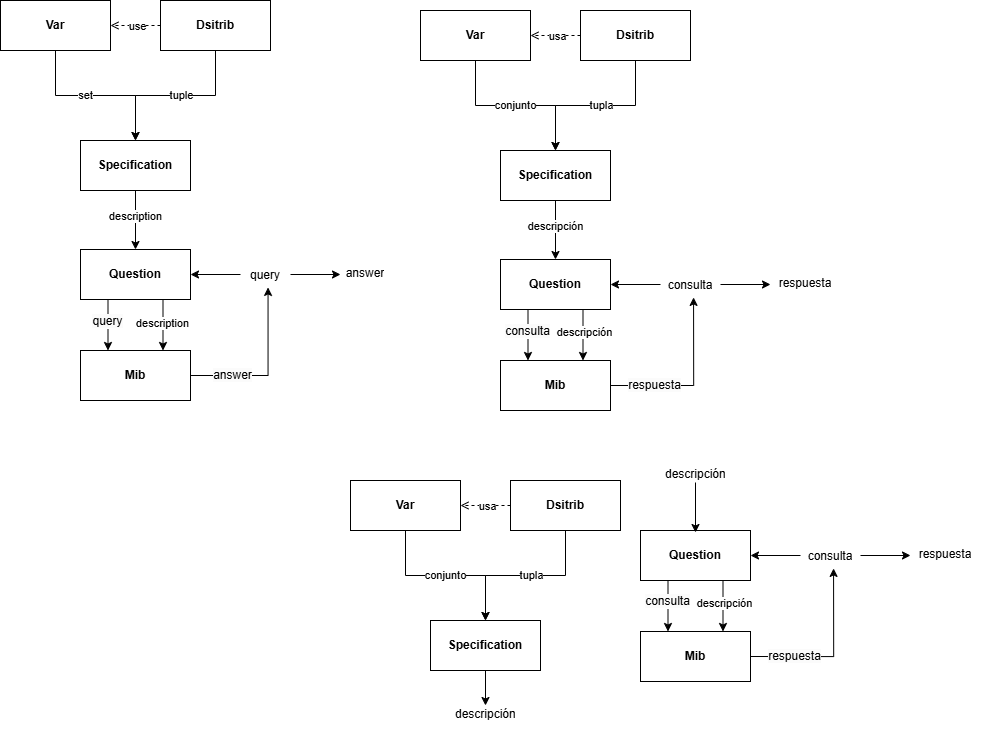
Before: Imagenes/Diagrama de flujo.png, a diagram exported from draw.io (robertorys/Tesis). Source tidied: cells renumbered, new cells last; positions are measured from the earlier drawing's top-left corner, leaving out a move shared by most shapes.
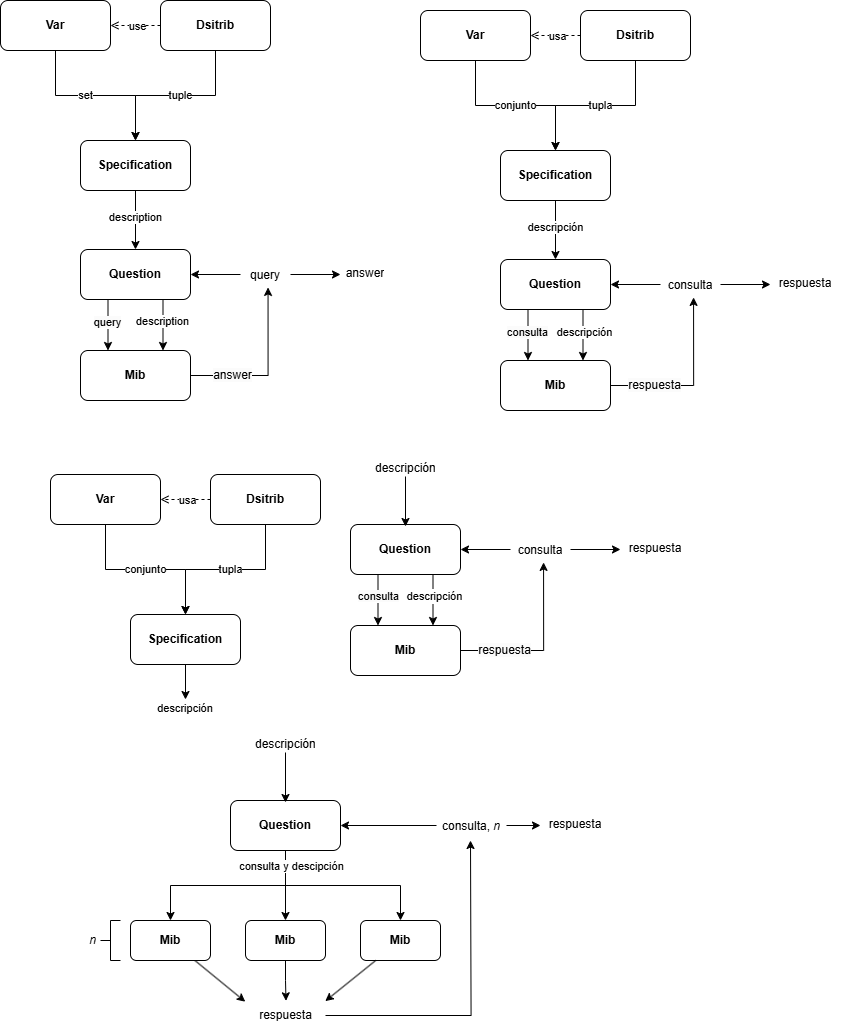
Above is the later version.

The edit, as a diff of the source:
```diff
@@ -12,3 +12,3 @@
     </mxCell>
-    <mxCell id="4" value="&lt;b&gt;Var&lt;/b&gt;" style="html=1;whiteSpace=wrap;" parent="1" vertex="1">
+    <mxCell id="4" value="&lt;b&gt;Var&lt;/b&gt;" style="html=1;whiteSpace=wrap;rounded=1;" parent="1" vertex="1">
       <mxGeometry width="110" height="50" as="geometry" />
@@ -31,3 +31,3 @@
     </mxCell>
-    <mxCell id="9" value="&lt;b&gt;Dsitrib&lt;/b&gt;" style="html=1;whiteSpace=wrap;" parent="1" vertex="1">
+    <mxCell id="9" value="&lt;b&gt;Dsitrib&lt;/b&gt;" style="html=1;whiteSpace=wrap;rounded=1;" parent="1" vertex="1">
       <mxGeometry x="160" width="110" height="50" as="geometry" />
@@ -42,3 +42,3 @@
     </mxCell>
-    <mxCell id="12" value="&lt;b&gt;Specification&lt;/b&gt;" style="html=1;whiteSpace=wrap;" parent="1" vertex="1">
+    <mxCell id="12" value="&lt;b&gt;Specification&lt;/b&gt;" style="html=1;whiteSpace=wrap;rounded=1;" parent="1" vertex="1">
       <mxGeometry x="80" y="140" width="110" height="50" as="geometry" />
@@ -48,3 +48,3 @@
     </mxCell>
-    <mxCell id="14" value="&lt;span style=&quot;font-size: 12px; text-wrap-mode: wrap; background-color: rgb(251, 251, 251);&quot;&gt;query&lt;/span&gt;" style="edgeLabel;html=1;align=center;verticalAlign=middle;" parent="13" vertex="1">
+    <mxCell id="14" value="&lt;span style=&quot;text-wrap-mode: wrap; background-color: rgb(251, 251, 251);&quot;&gt;&lt;font&gt;query&lt;/font&gt;&lt;/span&gt;" style="edgeLabel;html=1;align=center;verticalAlign=middle;" parent="13" vertex="1">
       <mxGeometry x="-0.18" y="-1" relative="1" as="geometry">
@@ -53,3 +53,3 @@
     </mxCell>
-    <mxCell id="15" value="&lt;b&gt;Question&lt;/b&gt;" style="html=1;whiteSpace=wrap;" parent="1" vertex="1">
+    <mxCell id="15" value="&lt;b&gt;Question&lt;/b&gt;" style="html=1;whiteSpace=wrap;rounded=1;" parent="1" vertex="1">
       <mxGeometry x="80" y="249" width="110" height="50" as="geometry" />
@@ -65,3 +65,3 @@
     </mxCell>
-    <mxCell id="19" value="&lt;b&gt;Mib&lt;/b&gt;" style="html=1;whiteSpace=wrap;" parent="1" vertex="1">
+    <mxCell id="19" value="&lt;b&gt;Mib&lt;/b&gt;" style="html=1;whiteSpace=wrap;rounded=1;" parent="1" vertex="1">
       <mxGeometry x="80" y="350" width="110" height="50" as="geometry" />
@@ -87,3 +87,3 @@
     </mxCell>
-    <mxCell id="25" value="&lt;b&gt;Var&lt;/b&gt;" style="html=1;whiteSpace=wrap;" parent="1" vertex="1">
+    <mxCell id="25" value="&lt;b&gt;Var&lt;/b&gt;" style="html=1;whiteSpace=wrap;rounded=1;" parent="1" vertex="1">
       <mxGeometry x="420" y="10" width="110" height="50" as="geometry" />
@@ -106,3 +106,3 @@
     </mxCell>
-    <mxCell id="30" value="&lt;b&gt;Dsitrib&lt;/b&gt;" style="html=1;whiteSpace=wrap;" parent="1" vertex="1">
+    <mxCell id="30" value="&lt;b&gt;Dsitrib&lt;/b&gt;" style="html=1;whiteSpace=wrap;glass=0;rounded=1;" parent="1" vertex="1">
       <mxGeometry x="580" y="10" width="110" height="50" as="geometry" />
@@ -117,3 +117,3 @@
     </mxCell>
-    <mxCell id="33" value="&lt;b&gt;Specification&lt;/b&gt;" style="html=1;whiteSpace=wrap;" parent="1" vertex="1">
+    <mxCell id="33" value="&lt;b&gt;Specification&lt;/b&gt;" style="html=1;whiteSpace=wrap;glass=0;rounded=1;" parent="1" vertex="1">
       <mxGeometry x="500" y="150" width="110" height="50" as="geometry" />
@@ -123,3 +123,3 @@
     </mxCell>
-    <mxCell id="35" value="&lt;span style=&quot;font-size: 12px; text-wrap-mode: wrap; background-color: rgb(251, 251, 251);&quot;&gt;consulta&lt;/span&gt;" style="edgeLabel;html=1;align=center;verticalAlign=middle;" parent="34" vertex="1">
+    <mxCell id="35" value="&lt;span style=&quot;text-wrap-mode: wrap; background-color: rgb(251, 251, 251);&quot;&gt;&lt;font&gt;consulta&lt;/font&gt;&lt;/span&gt;" style="edgeLabel;html=1;align=center;verticalAlign=middle;" parent="34" vertex="1">
       <mxGeometry x="-0.18" y="-1" relative="1" as="geometry">
@@ -132,5 +132,7 @@
     <mxCell id="37" value="descripción" style="edgeLabel;html=1;align=center;verticalAlign=middle;" parent="36" vertex="1">
-      <mxGeometry x="-0.18" y="1" relative="1" as="geometry" />
+      <mxGeometry x="-0.18" y="1" relative="1" as="geometry">
+        <mxPoint y="1" as="offset" />
+      </mxGeometry>
     </mxCell>
-    <mxCell id="38" value="&lt;b&gt;Question&lt;/b&gt;" style="html=1;whiteSpace=wrap;" parent="1" vertex="1">
+    <mxCell id="38" value="&lt;b&gt;Question&lt;/b&gt;" style="html=1;whiteSpace=wrap;glass=0;rounded=1;" parent="1" vertex="1">
       <mxGeometry x="500" y="259" width="110" height="50" as="geometry" />
@@ -143,6 +145,6 @@
     </mxCell>
-    <mxCell id="41" value="consulta" style="text;strokeColor=none;fillColor=none;align=center;verticalAlign=top;spacingLeft=4;spacingRight=4;overflow=hidden;points=[[0,0.5],[1,0.5]];portConstraint=eastwest;whiteSpace=wrap;html=1;" parent="1" vertex="1">
+    <mxCell id="41" value="consulta" style="text;strokeColor=none;fillColor=none;align=center;verticalAlign=top;spacingLeft=4;spacingRight=4;overflow=hidden;points=[[0,0.5],[1,0.5]];portConstraint=eastwest;whiteSpace=wrap;html=1;glass=0;rounded=1;" parent="1" vertex="1">
       <mxGeometry x="660" y="271" width="60" height="26" as="geometry" />
     </mxCell>
-    <mxCell id="42" value="&lt;b&gt;Mib&lt;/b&gt;" style="html=1;whiteSpace=wrap;" parent="1" vertex="1">
+    <mxCell id="42" value="&lt;b&gt;Mib&lt;/b&gt;" style="html=1;whiteSpace=wrap;glass=0;rounded=1;" parent="1" vertex="1">
       <mxGeometry x="500" y="360" width="110" height="50" as="geometry" />
@@ -157,3 +159,3 @@
     </mxCell>
-    <mxCell id="45" value="respuesta" style="text;strokeColor=none;fillColor=none;align=center;verticalAlign=top;spacingLeft=4;spacingRight=4;overflow=hidden;points=[[0,0.5],[1,0.5]];portConstraint=eastwest;whiteSpace=wrap;html=1;" parent="1" vertex="1">
+    <mxCell id="45" value="respuesta" style="text;strokeColor=none;fillColor=none;align=center;verticalAlign=top;spacingLeft=4;spacingRight=4;overflow=hidden;points=[[0,0.5],[1,0.5]];portConstraint=eastwest;whiteSpace=wrap;html=1;glass=0;rounded=1;" parent="1" vertex="1">
       <mxGeometry x="770" y="269" width="70" height="30" as="geometry" />
@@ -176,4 +178,4 @@
     </mxCell>
-    <mxCell id="50" value="&lt;b&gt;Var&lt;/b&gt;" style="html=1;whiteSpace=wrap;" parent="1" vertex="1">
-      <mxGeometry x="350" y="480" width="110" height="50" as="geometry" />
+    <mxCell id="50" value="&lt;b&gt;Var&lt;/b&gt;" style="html=1;whiteSpace=wrap;rounded=1;" parent="1" vertex="1">
+      <mxGeometry x="50" y="474" width="110" height="50" as="geometry" />
     </mxCell>
@@ -195,7 +197,7 @@
     </mxCell>
-    <mxCell id="55" value="&lt;b&gt;Dsitrib&lt;/b&gt;" style="html=1;whiteSpace=wrap;" parent="1" vertex="1">
-      <mxGeometry x="510" y="480" width="110" height="50" as="geometry" />
+    <mxCell id="55" value="&lt;b&gt;Dsitrib&lt;/b&gt;" style="html=1;whiteSpace=wrap;rounded=1;" parent="1" vertex="1">
+      <mxGeometry x="210" y="474" width="110" height="50" as="geometry" />
     </mxCell>
-    <mxCell id="56" value="&lt;b&gt;Specification&lt;/b&gt;" style="html=1;whiteSpace=wrap;" parent="1" vertex="1">
-      <mxGeometry x="430" y="620" width="110" height="50" as="geometry" />
+    <mxCell id="56" value="&lt;b&gt;Specification&lt;/b&gt;" style="html=1;whiteSpace=wrap;rounded=1;" parent="1" vertex="1">
+      <mxGeometry x="130" y="614" width="110" height="50" as="geometry" />
     </mxCell>
@@ -203,13 +205,15 @@
       <mxGeometry relative="1" as="geometry">
-        <mxPoint x="485" y="705" as="targetPoint" />
+        <mxPoint x="185" y="699" as="targetPoint" />
       </mxGeometry>
     </mxCell>
-    <mxCell id="58" value="descripción" style="text;strokeColor=none;fillColor=none;align=center;verticalAlign=top;spacingLeft=4;spacingRight=4;overflow=hidden;whiteSpace=wrap;html=1;" parent="1" vertex="1">
-      <mxGeometry x="450" y="700" width="70" height="30" as="geometry" />
+    <mxCell id="58" value="&lt;font style=&quot;font-size: 11px;&quot;&gt;descripción&lt;/font&gt;" style="text;strokeColor=none;fillColor=none;align=center;verticalAlign=top;spacingLeft=4;spacingRight=4;overflow=hidden;whiteSpace=wrap;html=1;" parent="1" vertex="1">
+      <mxGeometry x="150" y="694" width="70" height="30" as="geometry" />
     </mxCell>
-    <mxCell id="59" style="edgeStyle=orthogonalEdgeStyle;rounded=0;jettySize=auto;html=1;entryX=0.25;entryY=0;entryDx=0;entryDy=0;exitX=0.25;exitY=1;exitDx=0;exitDy=0;" parent="1" edge="1" source="63" target="67">
+    <mxCell id="59" style="edgeStyle=orthogonalEdgeStyle;rounded=0;jettySize=auto;html=1;entryX=0.25;entryY=0;entryDx=0;entryDy=0;exitX=0.25;exitY=1;exitDx=0;exitDy=0;strokeColor=default;align=center;verticalAlign=middle;fontFamily=Helvetica;fontSize=11;fontColor=default;labelBackgroundColor=default;endArrow=classic;" parent="1" edge="1" source="63" target="67">
       <mxGeometry relative="1" as="geometry" />
     </mxCell>
-    <mxCell id="60" value="&lt;span style=&quot;font-size: 12px; text-wrap-mode: wrap; background-color: rgb(251, 251, 251);&quot;&gt;consulta&lt;/span&gt;" style="edgeLabel;html=1;align=center;verticalAlign=middle;" parent="59" vertex="1">
-      <mxGeometry x="-0.18" y="-1" relative="1" as="geometry" />
+    <mxCell id="60" value="&lt;span style=&quot;text-wrap-mode: wrap; background-color: rgb(251, 251, 251);&quot;&gt;&lt;font&gt;consulta&lt;/font&gt;&lt;/span&gt;" style="edgeLabel;html=1;align=center;verticalAlign=middle;rounded=0;strokeColor=default;fontFamily=Helvetica;fontSize=11;fontColor=default;labelBackgroundColor=default;" parent="59" vertex="1">
+      <mxGeometry x="-0.18" y="-1" relative="1" as="geometry">
+        <mxPoint x="1" as="offset" />
+      </mxGeometry>
     </mxCell>
@@ -218,7 +222,7 @@
     </mxCell>
-    <mxCell id="62" value="descripción" style="edgeLabel;html=1;align=center;verticalAlign=middle;" parent="61" vertex="1">
+    <mxCell id="62" value="&lt;font style=&quot;font-size: 11px;&quot;&gt;descripción&lt;/font&gt;" style="edgeLabel;html=1;align=center;verticalAlign=middle;fontSize=12;" parent="61" vertex="1">
       <mxGeometry x="-0.18" y="1" relative="1" as="geometry" />
     </mxCell>
-    <mxCell id="63" value="&lt;b&gt;Question&lt;/b&gt;" style="html=1;whiteSpace=wrap;" parent="1" vertex="1">
-      <mxGeometry x="640" y="530" width="110" height="50" as="geometry" />
+    <mxCell id="63" value="&lt;b&gt;Question&lt;/b&gt;" style="html=1;whiteSpace=wrap;rounded=1;" parent="1" vertex="1">
+      <mxGeometry x="350" y="524" width="110" height="50" as="geometry" />
     </mxCell>
@@ -231,6 +235,6 @@
     <mxCell id="66" value="consulta" style="text;strokeColor=none;fillColor=none;align=center;verticalAlign=top;spacingLeft=4;spacingRight=4;overflow=hidden;points=[[0,0.5],[1,0.5]];portConstraint=eastwest;whiteSpace=wrap;html=1;" parent="1" vertex="1">
-      <mxGeometry x="800" y="542" width="60" height="26" as="geometry" />
+      <mxGeometry x="510" y="536" width="60" height="26" as="geometry" />
     </mxCell>
-    <mxCell id="67" value="&lt;b&gt;Mib&lt;/b&gt;" style="html=1;whiteSpace=wrap;" parent="1" vertex="1">
-      <mxGeometry x="640" y="631" width="110" height="50" as="geometry" />
+    <mxCell id="67" value="&lt;b&gt;Mib&lt;/b&gt;" style="html=1;whiteSpace=wrap;rounded=1;" parent="1" vertex="1">
+      <mxGeometry x="350" y="625" width="110" height="50" as="geometry" />
     </mxCell>
@@ -245,3 +249,3 @@
     <mxCell id="70" value="respuesta" style="text;strokeColor=none;fillColor=none;align=center;verticalAlign=top;spacingLeft=4;spacingRight=4;overflow=hidden;points=[[0,0.5],[1,0.5]];portConstraint=eastwest;whiteSpace=wrap;html=1;" parent="1" vertex="1">
-      <mxGeometry x="910" y="540" width="70" height="30" as="geometry" />
+      <mxGeometry x="620" y="534" width="70" height="30" as="geometry" />
     </mxCell>
@@ -249,4 +253,4 @@
       <mxGeometry relative="1" as="geometry">
-        <mxPoint x="695" y="482" as="sourcePoint" />
-        <mxPoint x="695" y="532" as="targetPoint" />
+        <mxPoint x="405" y="476" as="sourcePoint" />
+        <mxPoint x="405" y="526" as="targetPoint" />
       </mxGeometry>
@@ -254,4 +258,74 @@
     <mxCell id="72" value="descripción" style="text;strokeColor=none;fillColor=none;align=center;verticalAlign=top;spacingLeft=4;spacingRight=4;overflow=hidden;whiteSpace=wrap;html=1;" parent="1" vertex="1">
-      <mxGeometry x="660" y="460" width="70" height="30" as="geometry" />
+      <mxGeometry x="370" y="454" width="70" height="30" as="geometry" />
     </mxCell>
+    <mxCell id="73" style="edgeStyle=orthogonalEdgeStyle;rounded=0;jettySize=auto;html=1;exitX=0.5;exitY=1;exitDx=0;exitDy=0;" parent="1" edge="1" source="77" target="82">
+      <mxGeometry relative="1" as="geometry" />
+    </mxCell>
+    <mxCell id="74" style="edgeStyle=orthogonalEdgeStyle;rounded=0;jettySize=auto;html=1;exitX=0.5;exitY=1;exitDx=0;exitDy=0;" parent="1" edge="1" source="77" target="86">
+      <mxGeometry relative="1" as="geometry" />
+    </mxCell>
+    <mxCell id="75" style="edgeStyle=orthogonalEdgeStyle;rounded=0;jettySize=auto;html=1;exitX=0.5;exitY=1;exitDx=0;exitDy=0;" parent="1" edge="1" source="77" target="87">
+      <mxGeometry relative="1" as="geometry" />
+    </mxCell>
+    <mxCell id="76" value="consulta y descipción" style="edgeLabel;html=1;align=center;verticalAlign=middle;" parent="75" vertex="1">
+      <mxGeometry x="-0.87" y="-2" relative="1" as="geometry">
+        <mxPoint x="7" y="4" as="offset" />
+      </mxGeometry>
+    </mxCell>
+    <mxCell id="77" value="&lt;b&gt;Question&lt;/b&gt;" style="html=1;whiteSpace=wrap;rounded=1;" parent="1" vertex="1">
+      <mxGeometry x="230" y="800" width="110" height="50" as="geometry" />
+    </mxCell>
+    <mxCell id="78" style="rounded=0;jettySize=auto;html=1;exitX=0;exitY=0.5;exitDx=0;exitDy=0;edgeStyle=orthogonalEdgeStyle;" parent="1" edge="1" source="80" target="77">
+      <mxGeometry relative="1" as="geometry" />
+    </mxCell>
+    <mxCell id="79" style="edgeStyle=orthogonalEdgeStyle;rounded=0;jettySize=auto;html=1;exitX=1;exitY=0.5;exitDx=0;exitDy=0;" parent="1" edge="1" source="80" target="83">
+      <mxGeometry relative="1" as="geometry" />
+    </mxCell>
+    <mxCell id="80" value="consulta, &lt;i&gt;n&lt;/i&gt;" style="text;strokeColor=none;fillColor=none;align=center;verticalAlign=top;spacingLeft=4;spacingRight=4;overflow=hidden;points=[[0,0.5],[1,0.5]];portConstraint=eastwest;whiteSpace=wrap;html=1;" parent="1" vertex="1">
+      <mxGeometry x="436" y="812" width="70" height="26" as="geometry" />
+    </mxCell>
+    <mxCell id="81" style="rounded=0;jettySize=auto;html=1;entryX=-0.003;entryY=0.04;entryDx=0;entryDy=0;entryPerimeter=0;" parent="1" edge="1" source="82" target="91">
+      <mxGeometry relative="1" as="geometry" />
+    </mxCell>
+    <mxCell id="82" value="&lt;b&gt;Mib&lt;/b&gt;" style="html=1;whiteSpace=wrap;rounded=1;" parent="1" vertex="1">
+      <mxGeometry x="130" y="920" width="80" height="40" as="geometry" />
+    </mxCell>
+    <mxCell id="83" value="respuesta" style="text;strokeColor=none;fillColor=none;align=center;verticalAlign=top;spacingLeft=4;spacingRight=4;overflow=hidden;points=[[0,0.5],[1,0.5]];portConstraint=eastwest;whiteSpace=wrap;html=1;" parent="1" vertex="1">
+      <mxGeometry x="540" y="810" width="70" height="30" as="geometry" />
+    </mxCell>
+    <mxCell id="84" style="edgeStyle=orthogonalEdgeStyle;rounded=0;orthogonalLoop=1;jettySize=auto;html=1;entryX=0.5;entryY=0;entryDx=0;entryDy=0;" parent="1" edge="1">
+      <mxGeometry relative="1" as="geometry">
+        <mxPoint x="285" y="752" as="sourcePoint" />
+        <mxPoint x="285" y="802" as="targetPoint" />
+      </mxGeometry>
+    </mxCell>
+    <mxCell id="85" value="descripción" style="text;strokeColor=none;fillColor=none;align=center;verticalAlign=top;spacingLeft=4;spacingRight=4;overflow=hidden;whiteSpace=wrap;html=1;" parent="1" vertex="1">
+      <mxGeometry x="250" y="730" width="70" height="30" as="geometry" />
+    </mxCell>
+    <mxCell id="86" value="&lt;b&gt;Mib&lt;/b&gt;" style="html=1;whiteSpace=wrap;rounded=1;" parent="1" vertex="1">
+      <mxGeometry x="245" y="920" width="80" height="40" as="geometry" />
+    </mxCell>
+    <mxCell id="87" value="&lt;b&gt;Mib&lt;/b&gt;" style="html=1;whiteSpace=wrap;rounded=1;" parent="1" vertex="1">
+      <mxGeometry x="360" y="920" width="80" height="40" as="geometry" />
+    </mxCell>
+    <mxCell id="88" style="strokeWidth=1;html=1;shape=mxgraph.flowchart.annotation_2;align=left;labelPosition=right;" parent="1" vertex="1">
+      <mxGeometry x="100" y="920" width="20" height="40" as="geometry" />
+    </mxCell>
+    <mxCell id="89" value="&lt;i&gt;n&lt;/i&gt;" style="text;html=1;align=center;verticalAlign=middle;strokeColor=none;fillColor=none;" parent="1" vertex="1">
+      <mxGeometry x="77" y="925" width="30" height="30" as="geometry" />
+    </mxCell>
+    <mxCell id="90" style="edgeStyle=orthogonalEdgeStyle;rounded=0;jettySize=auto;html=1;" parent="1" edge="1" source="91">
+      <mxGeometry relative="1" as="geometry">
+        <mxPoint x="470" y="840" as="targetPoint" />
+      </mxGeometry>
+    </mxCell>
+    <mxCell id="91" value="respuesta" style="text;html=1;align=center;verticalAlign=middle;points=[];strokeColor=none;fillColor=none;" parent="1" vertex="1">
+      <mxGeometry x="245" y="1000" width="80" height="30" as="geometry" />
+    </mxCell>
+    <mxCell id="92" style="edgeStyle=orthogonalEdgeStyle;rounded=0;jettySize=auto;html=1;entryX=0.506;entryY=0.011;entryDx=0;entryDy=0;entryPerimeter=0;" parent="1" edge="1" source="86" target="91">
+      <mxGeometry relative="1" as="geometry" />
+    </mxCell>
+    <mxCell id="93" style="rounded=0;jettySize=auto;html=1;entryX=0.997;entryY=0.021;entryDx=0;entryDy=0;entryPerimeter=0;" parent="1" edge="1" source="87" target="91">
+      <mxGeometry relative="1" as="geometry" />
+    </mxCell>
   </root>
```
